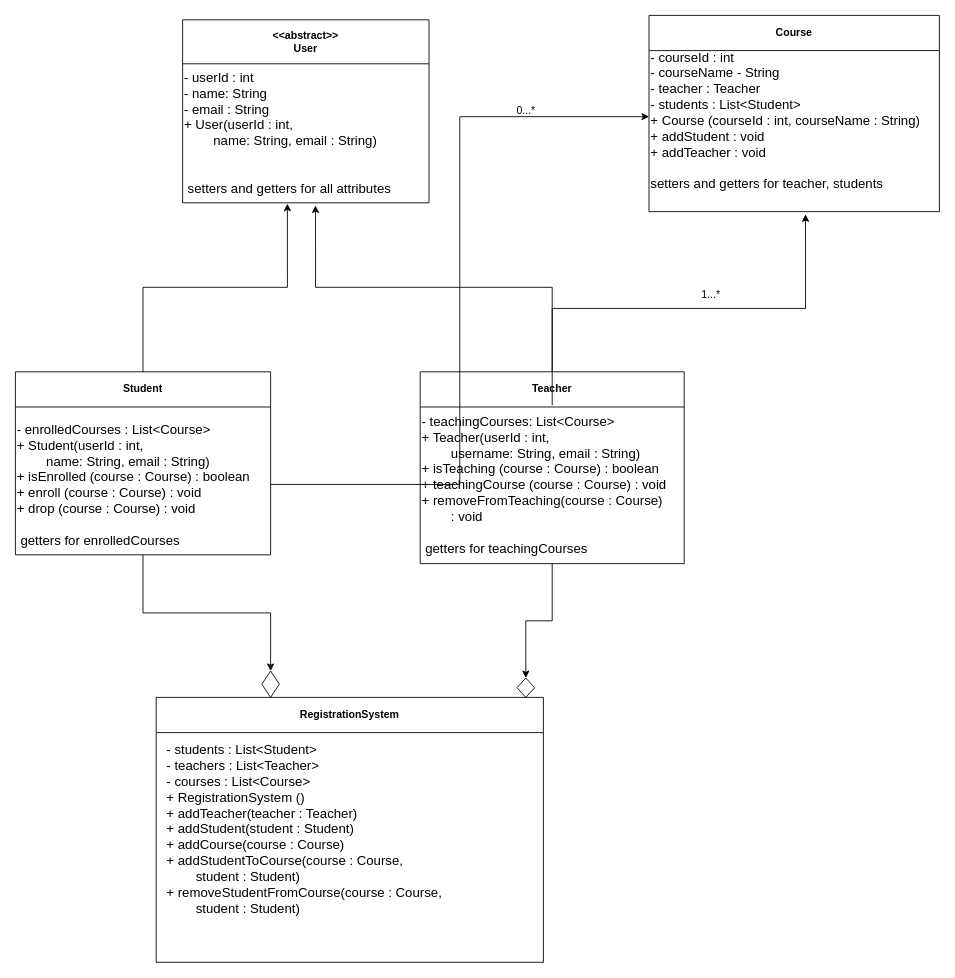
This is course management system url.drawio from ppa21/system-design-diagrams, a draw.io file, before an edit. Source tidied: cells renumbered, new cells numbered last; positions are measured from the earlier drawing's top-left corner, leaving out a move shared by most shapes. Both pictures are drawn from the tidied source at 88%, with x=0, y=0 at pixel (15, 15).
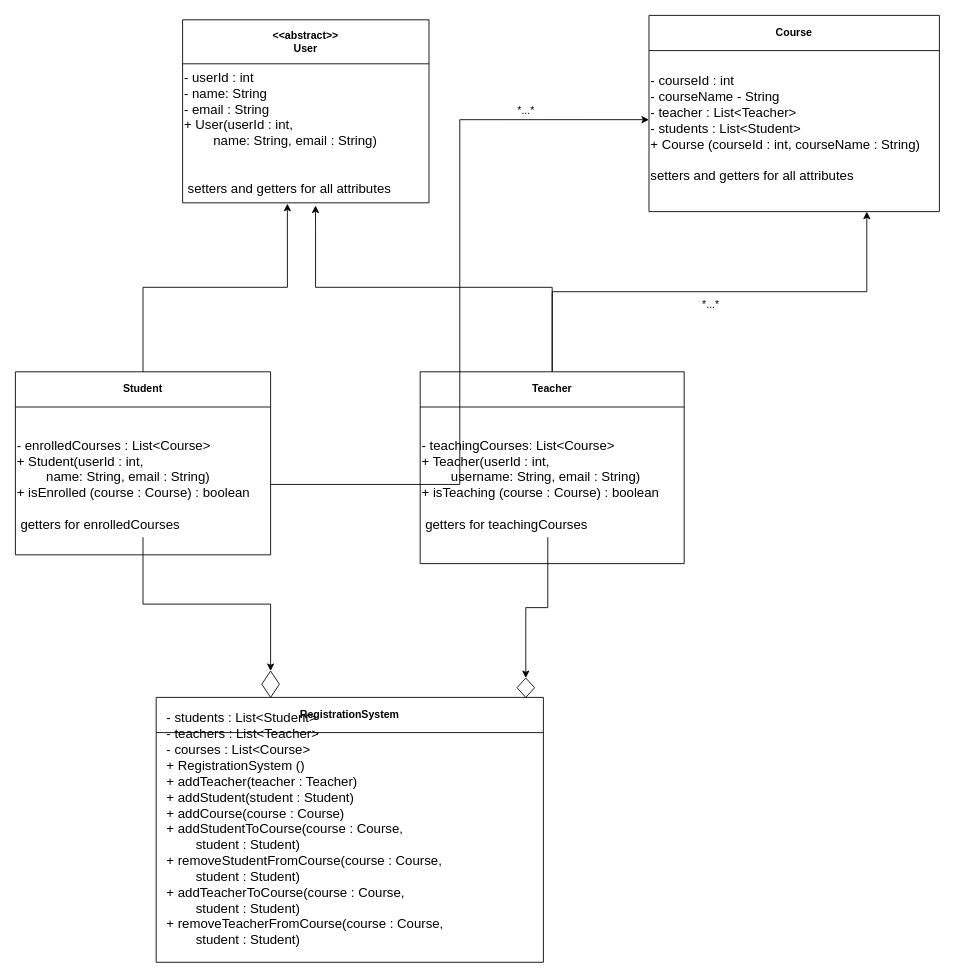
The same diagram, later.

The change refers to these unchanged cells:
```xml
<mxCell id="4" value="Student" style="swimlane;whiteSpace=wrap;html=1;startSize=40;" parent="1" vertex="1">
  <mxGeometry y="405" width="290" height="208" as="geometry" />
</mxCell>
<mxCell id="6" value="Teacher" style="swimlane;whiteSpace=wrap;html=1;startSize=40;" parent="1" vertex="1">
  <mxGeometry x="460" y="405" width="300" height="218" as="geometry" />
</mxCell>
<mxCell id="8" value="Course" style="swimlane;whiteSpace=wrap;html=1;startSize=40;" parent="1" vertex="1">
  <mxGeometry x="720" width="330" height="223" as="geometry" />
</mxCell>
<mxCell id="10" value="RegistrationSystem" style="swimlane;whiteSpace=wrap;html=1;startSize=40;" parent="1" vertex="1">
  <mxGeometry x="160" y="775" width="440" height="301" as="geometry" />
</mxCell>
```

Change to the diagram source:
```diff
@@
-    <mxCell id="5" value="&lt;font style=&quot;font-size: 15px;&quot;&gt;- enrolledCourses : List&amp;lt;Course&amp;gt;&lt;/font&gt;&lt;div&gt;&lt;font style=&quot;font-size: 15px;&quot;&gt;+ Student(userId : int,&amp;nbsp;&lt;/font&gt;&lt;/div&gt;&lt;div&gt;&lt;font style=&quot;font-size: 15px;&quot;&gt;&lt;span style=&quot;white-space: pre;&quot;&gt;&#9;&lt;/span&gt;name: String, email : String)&lt;/font&gt;&lt;/div&gt;&lt;div&gt;&lt;font style=&quot;font-size: 15px;&quot;&gt;+ isEnrolled (course : Course) : boolean&lt;/font&gt;&lt;/div&gt;&lt;div&gt;&lt;font style=&quot;font-size: 15px;&quot;&gt;+ enroll (course : Course) : void&lt;/font&gt;&lt;/div&gt;&lt;div&gt;&lt;font style=&quot;font-size: 15px;&quot;&gt;+ drop (course : Course) : void&lt;/font&gt;&lt;/div&gt;&lt;div&gt;&lt;font style=&quot;font-size: 15px;&quot;&gt;&lt;br&gt;&lt;/font&gt;&lt;/div&gt;&lt;div&gt;&lt;font style=&quot;font-size: 15px;&quot;&gt;&amp;nbsp;getters for enrolledCourses&lt;/font&gt;&lt;/div&gt;" style="text;html=1;align=left;verticalAlign=middle;points=[];strokeColor=none;fillColor=none;" parent="4" vertex="1">
-      <mxGeometry y="48" width="290" height="160" as="geometry" />
+    <mxCell id="5" value="&lt;font style=&quot;font-size: 15px;&quot;&gt;- enrolledCourses : List&amp;lt;Course&amp;gt;&lt;/font&gt;&lt;div&gt;&lt;font style=&quot;font-size: 15px;&quot;&gt;+ Student(userId : int,&amp;nbsp;&lt;/font&gt;&lt;/div&gt;&lt;div&gt;&lt;font style=&quot;font-size: 15px;&quot;&gt;&lt;span style=&quot;white-space: pre;&quot;&gt;&#9;&lt;/span&gt;name: String, email : String)&lt;/font&gt;&lt;/div&gt;&lt;div&gt;&lt;font style=&quot;font-size: 15px;&quot;&gt;+ isEnrolled (course : Course) : boolean&lt;/font&gt;&lt;/div&gt;&lt;div&gt;&lt;font style=&quot;font-size: 15px;&quot;&gt;&lt;br&gt;&lt;/font&gt;&lt;/div&gt;&lt;div&gt;&lt;font style=&quot;font-size: 15px;&quot;&gt;&amp;nbsp;getters for enrolledCourses&lt;/font&gt;&lt;/div&gt;" style="text;html=1;align=left;verticalAlign=middle;points=[];strokeColor=none;fillColor=none;" parent="4" vertex="1">
+      <mxGeometry y="68" width="290" height="120" as="geometry" />
     </mxCell>
+    <mxCell id="22" style="edgeStyle=orthogonalEdgeStyle;rounded=0;jettySize=auto;html=1;exitX=0.5;exitY=0;exitDx=0;exitDy=0;entryX=0.75;entryY=1;entryDx=0;entryDy=0;" parent="1" edge="1" source="6" target="8">
+      <mxGeometry relative="1" as="geometry" />
+    </mxCell>
@@
-    <mxCell id="7" value="&lt;font style=&quot;font-size: 15px;&quot;&gt;- teachingCourses: List&amp;lt;Course&amp;gt;&lt;/font&gt;&lt;div&gt;&lt;font style=&quot;font-size: 15px;&quot;&gt;+ Teacher(userId : int,&amp;nbsp;&lt;/font&gt;&lt;/div&gt;&lt;div&gt;&lt;font style=&quot;font-size: 15px;&quot;&gt;&lt;span style=&quot;white-space: pre;&quot;&gt;&#9;&lt;/span&gt;username: String, email : String)&lt;/font&gt;&lt;/div&gt;&lt;div&gt;&lt;font style=&quot;font-size: 15px;&quot;&gt;+ isTeaching (course : Course) : boolean&lt;/font&gt;&lt;/div&gt;&lt;div&gt;&lt;font style=&quot;font-size: 15px;&quot;&gt;+ teachingCourse (course : Course) : void&lt;/font&gt;&lt;/div&gt;&lt;div&gt;&lt;font style=&quot;font-size: 15px;&quot;&gt;+ removeFromTeaching(course : Course)&amp;nbsp;&lt;/font&gt;&lt;/div&gt;&lt;div&gt;&lt;font style=&quot;font-size: 15px;&quot;&gt;&lt;span style=&quot;white-space: pre;&quot;&gt;&#9;&lt;/span&gt;: void&lt;/font&gt;&lt;/div&gt;&lt;div&gt;&lt;font style=&quot;font-size: 15px;&quot;&gt;&lt;br&gt;&lt;/font&gt;&lt;/div&gt;&lt;div&gt;&lt;font style=&quot;font-size: 15px;&quot;&gt;&amp;nbsp;getters for teachingCourses&lt;/font&gt;&lt;/div&gt;" style="text;html=1;align=left;verticalAlign=middle;points=[];strokeColor=none;fillColor=none;" parent="6" vertex="1">
-      <mxGeometry y="38" width="300" height="180" as="geometry" />
+    <mxCell id="7" value="&lt;font style=&quot;font-size: 15px;&quot;&gt;- teachingCourses: List&amp;lt;Course&amp;gt;&lt;/font&gt;&lt;div&gt;&lt;font style=&quot;font-size: 15px;&quot;&gt;+ Teacher(userId : int,&amp;nbsp;&lt;/font&gt;&lt;/div&gt;&lt;div&gt;&lt;font style=&quot;font-size: 15px;&quot;&gt;&lt;span style=&quot;white-space: pre;&quot;&gt;&#9;&lt;/span&gt;username: String, email : String)&lt;/font&gt;&lt;/div&gt;&lt;div&gt;&lt;font style=&quot;font-size: 15px;&quot;&gt;+ isTeaching (course : Course) : boolean&lt;/font&gt;&lt;/div&gt;&lt;div&gt;&lt;font style=&quot;font-size: 15px;&quot;&gt;&lt;br&gt;&lt;/font&gt;&lt;/div&gt;&lt;div&gt;&lt;font style=&quot;font-size: 15px;&quot;&gt;&amp;nbsp;getters for teachingCourses&lt;/font&gt;&lt;/div&gt;" style="text;html=1;align=left;verticalAlign=middle;points=[];strokeColor=none;fillColor=none;" parent="6" vertex="1">
+      <mxGeometry y="68" width="290" height="120" as="geometry" />
     </mxCell>
@@
-    <mxCell id="9" value="&lt;span style=&quot;font-size: 15px;&quot;&gt;- courseId : int&lt;/span&gt;&lt;div&gt;&lt;span style=&quot;font-size: 15px;&quot;&gt;- courseName - String&lt;/span&gt;&lt;/div&gt;&lt;div&gt;&lt;span style=&quot;font-size: 15px;&quot;&gt;- teacher : Teacher&amp;nbsp;&lt;/span&gt;&lt;/div&gt;&lt;div&gt;&lt;span style=&quot;font-size: 15px; background-color: transparent; color: light-dark(rgb(0, 0, 0), rgb(255, 255, 255));&quot;&gt;- students : List&amp;lt;Student&amp;gt;&lt;/span&gt;&lt;/div&gt;&lt;div&gt;&lt;span style=&quot;font-size: 15px; background-color: transparent; color: light-dark(rgb(0, 0, 0), rgb(255, 255, 255));&quot;&gt;+ Course (courseId : int, courseName : String)&lt;/span&gt;&lt;/div&gt;&lt;div&gt;&lt;span style=&quot;font-size: 15px; background-color: transparent; color: light-dark(rgb(0, 0, 0), rgb(255, 255, 255));&quot;&gt;+ addStudent : void&lt;/span&gt;&lt;/div&gt;&lt;div&gt;&lt;span style=&quot;font-size: 15px; background-color: transparent; color: light-dark(rgb(0, 0, 0), rgb(255, 255, 255));&quot;&gt;+ addTeacher : void&lt;/span&gt;&lt;/div&gt;&lt;div&gt;&lt;span style=&quot;font-size: 15px; background-color: transparent; color: light-dark(rgb(0, 0, 0), rgb(255, 255, 255));&quot;&gt;&lt;br&gt;&lt;/span&gt;&lt;/div&gt;&lt;div&gt;&lt;span style=&quot;font-size: 15px; background-color: transparent; color: light-dark(rgb(0, 0, 0), rgb(255, 255, 255));&quot;&gt;setters and getters for teacher, students&lt;/span&gt;&lt;/div&gt;&lt;div&gt;&lt;span style=&quot;font-size: 15px; background-color: transparent; color: light-dark(rgb(0, 0, 0), rgb(255, 255, 255));&quot;&gt;&lt;br&gt;&lt;/span&gt;&lt;/div&gt;" style="text;html=1;align=left;verticalAlign=middle;points=[];strokeColor=none;fillColor=none;" parent="8" vertex="1">
-      <mxGeometry y="33" width="330" height="190" as="geometry" />
+    <mxCell id="9" value="&lt;span style=&quot;font-size: 15px;&quot;&gt;- courseId : int&lt;/span&gt;&lt;div&gt;&lt;span style=&quot;font-size: 15px;&quot;&gt;- courseName - String&lt;/span&gt;&lt;/div&gt;&lt;div&gt;&lt;span style=&quot;font-size: 15px;&quot;&gt;- teacher : List&amp;lt;Teacher&amp;gt;&lt;/span&gt;&lt;/div&gt;&lt;div&gt;&lt;span style=&quot;font-size: 15px; background-color: transparent; color: light-dark(rgb(0, 0, 0), rgb(255, 255, 255));&quot;&gt;- students : List&amp;lt;Student&amp;gt;&lt;/span&gt;&lt;/div&gt;&lt;div&gt;&lt;span style=&quot;font-size: 15px; background-color: transparent; color: light-dark(rgb(0, 0, 0), rgb(255, 255, 255));&quot;&gt;+ Course (courseId : int, courseName : String)&lt;/span&gt;&lt;/div&gt;&lt;div&gt;&lt;span style=&quot;font-size: 15px; background-color: transparent; color: light-dark(rgb(0, 0, 0), rgb(255, 255, 255));&quot;&gt;&lt;br&gt;&lt;/span&gt;&lt;/div&gt;&lt;div&gt;&lt;span style=&quot;font-size: 15px; background-color: transparent; color: light-dark(rgb(0, 0, 0), rgb(255, 255, 255));&quot;&gt;setters and getters for all attributes&lt;/span&gt;&lt;/div&gt;" style="text;html=1;align=left;verticalAlign=middle;points=[];strokeColor=none;fillColor=none;" parent="8" vertex="1">
+      <mxGeometry y="58" width="330" height="140" as="geometry" />
     </mxCell>
@@
-    <mxCell id="11" value="&lt;div&gt;&lt;span style=&quot;font-size: 15px; background-color: transparent; color: light-dark(rgb(0, 0, 0), rgb(255, 255, 255));&quot;&gt;- students : List&amp;lt;Student&amp;gt;&lt;/span&gt;&lt;/div&gt;&lt;div&gt;&lt;span style=&quot;font-size: 15px; background-color: transparent; color: light-dark(rgb(0, 0, 0), rgb(255, 255, 255));&quot;&gt;- teachers : List&amp;lt;Teacher&amp;gt;&lt;/span&gt;&lt;/div&gt;&lt;div&gt;&lt;span style=&quot;font-size: 15px; background-color: transparent; color: light-dark(rgb(0, 0, 0), rgb(255, 255, 255));&quot;&gt;- courses : List&amp;lt;Course&amp;gt;&lt;/span&gt;&lt;/div&gt;&lt;div&gt;&lt;span style=&quot;font-size: 15px; background-color: transparent; color: light-dark(rgb(0, 0, 0), rgb(255, 255, 255));&quot;&gt;+ RegistrationSystem ()&lt;/span&gt;&lt;/div&gt;&lt;div&gt;&lt;span style=&quot;font-size: 15px; background-color: transparent; color: light-dark(rgb(0, 0, 0), rgb(255, 255, 255));&quot;&gt;+ addTeacher(teacher : Teacher)&lt;/span&gt;&lt;/div&gt;&lt;div&gt;&lt;span style=&quot;font-size: 15px; background-color: transparent; color: light-dark(rgb(0, 0, 0), rgb(255, 255, 255));&quot;&gt;+ addStudent(student : Student)&lt;/span&gt;&lt;/div&gt;&lt;div&gt;&lt;span style=&quot;font-size: 15px; background-color: transparent; color: light-dark(rgb(0, 0, 0), rgb(255, 255, 255));&quot;&gt;+ addCourse(course : Course)&lt;/span&gt;&lt;/div&gt;&lt;div&gt;&lt;span style=&quot;font-size: 15px; background-color: transparent; color: light-dark(rgb(0, 0, 0), rgb(255, 255, 255));&quot;&gt;+ addStudentToCourse(course : Course,&amp;nbsp;&lt;/span&gt;&lt;/div&gt;&lt;div&gt;&lt;span style=&quot;font-size: 15px; background-color: transparent; color: light-dark(rgb(0, 0, 0), rgb(255, 255, 255));&quot;&gt;&lt;span style=&quot;white-space: pre;&quot;&gt;&#9;&lt;/span&gt;student : Student)&lt;/span&gt;&lt;/div&gt;&lt;div&gt;&lt;span style=&quot;font-size: 15px; background-color: transparent; color: light-dark(rgb(0, 0, 0), rgb(255, 255, 255));&quot;&gt;+ removeStudentFromCourse(course : Course,&amp;nbsp;&lt;/span&gt;&lt;/div&gt;&lt;div&gt;&lt;span style=&quot;font-size: 15px; background-color: transparent; color: light-dark(rgb(0, 0, 0), rgb(255, 255, 255));&quot;&gt;&lt;span style=&quot;white-space: pre;&quot;&gt;&#9;&lt;/span&gt;student : Student)&lt;/span&gt;&lt;/div&gt;" style="text;html=1;align=left;verticalAlign=middle;strokeColor=none;fillColor=none;" parent="10" vertex="1">
-      <mxGeometry x="10" y="44" width="340" height="210" as="geometry" />
+    <mxCell id="11" value="&lt;div&gt;&lt;span style=&quot;font-size: 15px; background-color: transparent; color: light-dark(rgb(0, 0, 0), rgb(255, 255, 255));&quot;&gt;- students : List&amp;lt;Student&amp;gt;&lt;/span&gt;&lt;/div&gt;&lt;div&gt;&lt;span style=&quot;font-size: 15px; background-color: transparent; color: light-dark(rgb(0, 0, 0), rgb(255, 255, 255));&quot;&gt;- teachers : List&amp;lt;Teacher&amp;gt;&lt;/span&gt;&lt;/div&gt;&lt;div&gt;&lt;span style=&quot;font-size: 15px; background-color: transparent; color: light-dark(rgb(0, 0, 0), rgb(255, 255, 255));&quot;&gt;- courses : List&amp;lt;Course&amp;gt;&lt;/span&gt;&lt;/div&gt;&lt;div&gt;&lt;span style=&quot;font-size: 15px; background-color: transparent; color: light-dark(rgb(0, 0, 0), rgb(255, 255, 255));&quot;&gt;+ RegistrationSystem ()&lt;/span&gt;&lt;/div&gt;&lt;div&gt;&lt;span style=&quot;font-size: 15px; background-color: transparent; color: light-dark(rgb(0, 0, 0), rgb(255, 255, 255));&quot;&gt;+ addTeacher(teacher : Teacher)&lt;/span&gt;&lt;/div&gt;&lt;div&gt;&lt;span style=&quot;font-size: 15px; background-color: transparent; color: light-dark(rgb(0, 0, 0), rgb(255, 255, 255));&quot;&gt;+ addStudent(student : Student)&lt;/span&gt;&lt;/div&gt;&lt;div&gt;&lt;span style=&quot;font-size: 15px; background-color: transparent; color: light-dark(rgb(0, 0, 0), rgb(255, 255, 255));&quot;&gt;+ addCourse(course : Course)&lt;/span&gt;&lt;/div&gt;&lt;div&gt;&lt;span style=&quot;font-size: 15px; background-color: transparent; color: light-dark(rgb(0, 0, 0), rgb(255, 255, 255));&quot;&gt;+ addStudentToCourse(course : Course,&amp;nbsp;&lt;/span&gt;&lt;/div&gt;&lt;div&gt;&lt;span style=&quot;font-size: 15px; background-color: transparent; color: light-dark(rgb(0, 0, 0), rgb(255, 255, 255));&quot;&gt;&lt;span style=&quot;white-space: pre;&quot;&gt;&#9;&lt;/span&gt;student : Student)&lt;/span&gt;&lt;/div&gt;&lt;div&gt;&lt;span style=&quot;font-size: 15px; background-color: transparent; color: light-dark(rgb(0, 0, 0), rgb(255, 255, 255));&quot;&gt;+ removeStudentFromCourse(course : Course,&amp;nbsp;&lt;/span&gt;&lt;/div&gt;&lt;div&gt;&lt;span style=&quot;font-size: 15px; background-color: transparent; color: light-dark(rgb(0, 0, 0), rgb(255, 255, 255));&quot;&gt;&lt;span style=&quot;white-space: pre;&quot;&gt;&#9;&lt;/span&gt;student : Student)&lt;/span&gt;&lt;/div&gt;&lt;div&gt;&lt;div&gt;&lt;span style=&quot;font-size: 15px; background-color: transparent; color: light-dark(rgb(0, 0, 0), rgb(255, 255, 255));&quot;&gt;+ addTeacherToCourse(course : Course,&amp;nbsp;&lt;/span&gt;&lt;/div&gt;&lt;div&gt;&lt;span style=&quot;font-size: 15px; background-color: transparent; color: light-dark(rgb(0, 0, 0), rgb(255, 255, 255));&quot;&gt;&lt;span style=&quot;white-space-collapse: preserve;&quot;&gt;&#9;&lt;/span&gt;student : Student)&lt;/span&gt;&lt;/div&gt;&lt;div&gt;&lt;span style=&quot;font-size: 15px; background-color: transparent; color: light-dark(rgb(0, 0, 0), rgb(255, 255, 255));&quot;&gt;+ removeTeacherFromCourse(course : Course,&amp;nbsp;&lt;/span&gt;&lt;/div&gt;&lt;div&gt;&lt;span style=&quot;font-size: 15px; background-color: transparent; color: light-dark(rgb(0, 0, 0), rgb(255, 255, 255));&quot;&gt;&lt;span style=&quot;white-space-collapse: preserve;&quot;&gt;&#9;&lt;/span&gt;student : Student)&lt;/span&gt;&lt;/div&gt;&lt;/div&gt;" style="text;html=1;align=left;verticalAlign=middle;strokeColor=none;fillColor=none;" parent="10" vertex="1">
+      <mxGeometry x="10" y="9" width="340" height="280" as="geometry" />
     </mxCell>
@@
-    <mxCell id="19" style="edgeStyle=orthogonalEdgeStyle;rounded=0;jettySize=auto;html=1;entryX=0.539;entryY=1.016;entryDx=0;entryDy=0;entryPerimeter=0;" parent="1" edge="1" source="7" target="9">
-      <mxGeometry relative="1" as="geometry" />
-    </mxCell>
-    <mxCell id="20" value="0...*" style="text;html=1;align=center;verticalAlign=middle;strokeColor=none;fillColor=none;" parent="1" vertex="1">
+    <mxCell id="20" value="*...*" style="text;html=1;align=center;verticalAlign=middle;strokeColor=none;fillColor=none;" parent="1" vertex="1">
       <mxGeometry x="560" y="93" width="40" height="30" as="geometry" />
     </mxCell>
-    <mxCell id="21" value="1...*" style="text;html=1;align=center;verticalAlign=middle;strokeColor=none;fillColor=none;" parent="1" vertex="1">
-      <mxGeometry x="770" y="303" width="40" height="30" as="geometry" />
+    <mxCell id="21" value="*...*" style="text;html=1;align=center;verticalAlign=middle;strokeColor=none;fillColor=none;" parent="1" vertex="1">
+      <mxGeometry x="770" y="314" width="40" height="30" as="geometry" />
     </mxCell>
```
